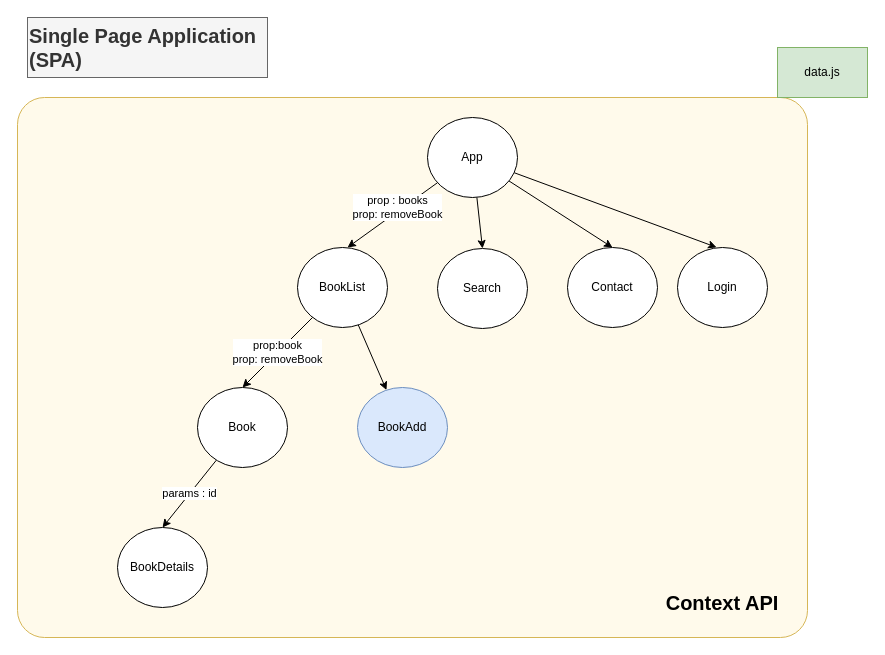
Before: page "day-04-bs-store-components" (5 of 5) of day-04/draw.drawio in zcomert/BtkAkademiDotNetBootCamp, a draw.io diagram. Source tidied: cells renumbered, new cells numbered last; positions are measured from the earlier drawing's top-left corner, leaving out a move shared by most shapes. Both pictures are drawn from the tidied source at 100%, with x=0, y=0 at pixel (17, 17).
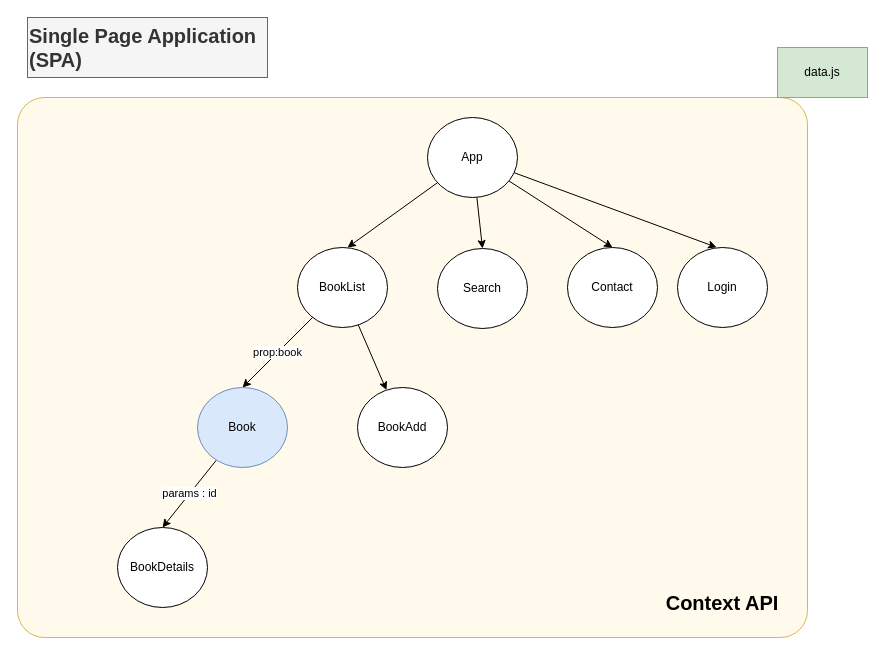
The same page after the edit.

Unchanged cells that the change refers to:
```xml
<mxCell id="7" value="App&lt;br&gt;" style="ellipse;whiteSpace=wrap;html=1;" parent="1" vertex="1">
  <mxGeometry x="410" y="100" width="90" height="80" as="geometry" />
</mxCell>
<mxCell id="10" value="BookList" style="ellipse;whiteSpace=wrap;html=1;" parent="1" vertex="1">
  <mxGeometry x="280" y="230" width="90" height="80" as="geometry" />
</mxCell>
```

Change to the diagram source:
```diff
@@
-    <mxCell id="3" value="prop : books&lt;br&gt;prop: removeBook" style="rounded=0;jettySize=auto;html=1;" parent="1" edge="1" source="7">
+    <mxCell id="3" style="rounded=0;jettySize=auto;html=1;" parent="1" edge="1" source="7">
       <mxGeometry x="-0.15" y="-3" relative="1" as="geometry">
         <mxPoint x="330" y="230" as="targetPoint" />
       </mxGeometry>
     </mxCell>
@@
-    <mxCell id="8" value="prop:book&lt;br&gt;prop: removeBook" style="edgeStyle=none;rounded=0;jettySize=auto;html=1;entryX=0.5;entryY=0;entryDx=0;entryDy=0;" parent="1" edge="1" source="10" target="15">
+    <mxCell id="8" value="prop:book&lt;br&gt;" style="edgeStyle=none;rounded=0;jettySize=auto;html=1;entryX=0.5;entryY=0;entryDx=0;entryDy=0;" parent="1" edge="1" source="10" target="15">
       <mxGeometry relative="1" as="geometry" />
     </mxCell>
@@
-    <mxCell id="15" value="Book" style="ellipse;whiteSpace=wrap;html=1;" parent="1" vertex="1">
+    <mxCell id="15" value="Book" style="ellipse;whiteSpace=wrap;html=1;fillColor=#dae8fc;strokeColor=#6c8ebf;" parent="1" vertex="1">
       <mxGeometry x="180" y="370" width="90" height="80" as="geometry" />
     </mxCell>
-    <mxCell id="16" value="BookAdd" style="ellipse;whiteSpace=wrap;html=1;fillColor=#dae8fc;strokeColor=#6c8ebf;" parent="1" vertex="1">
+    <mxCell id="16" value="BookAdd" style="ellipse;whiteSpace=wrap;html=1;" parent="1" vertex="1">
       <mxGeometry x="340" y="370" width="90" height="80" as="geometry" />
     </mxCell>
```
